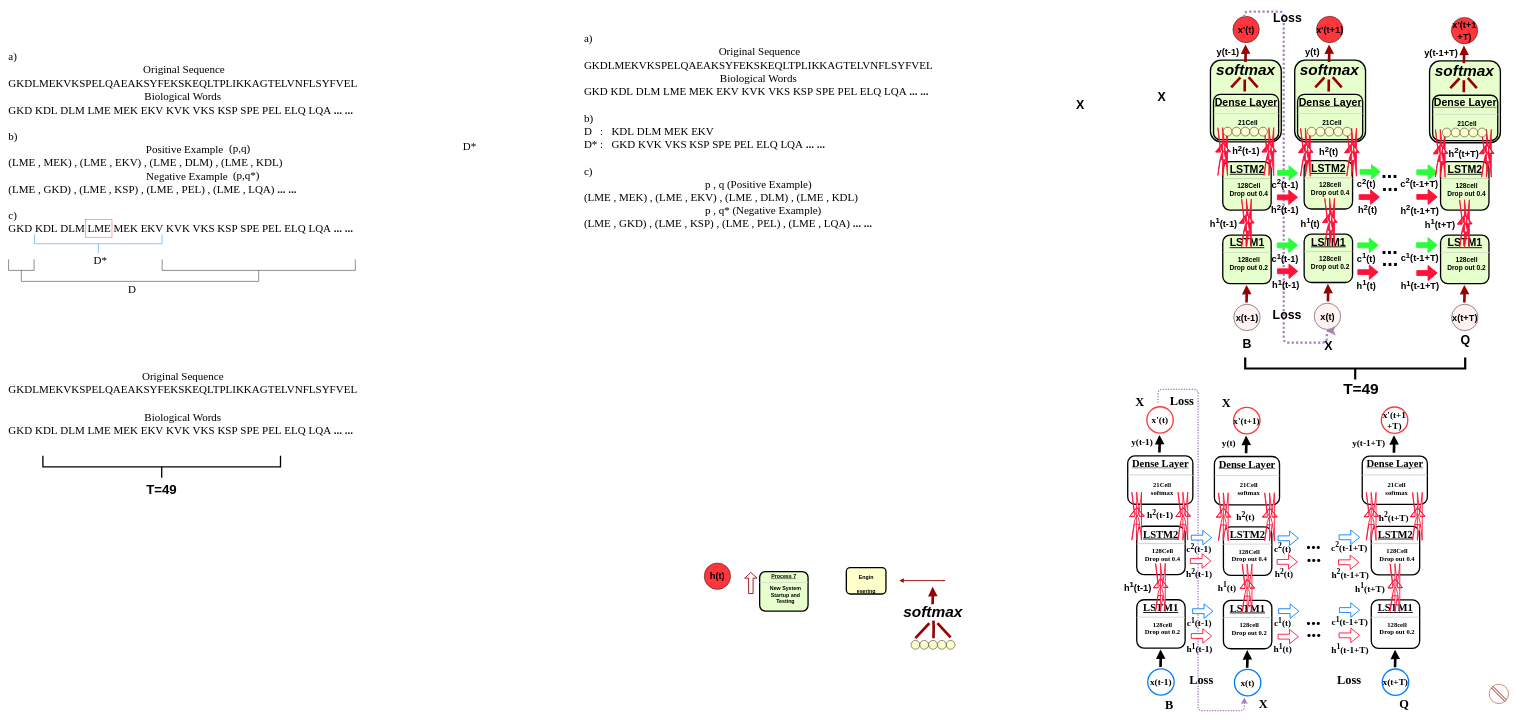
This is page "Page-1" (1 of 2) of Untitled Diagram.drawio from chenjgui/Flow-chat, a draw.io file, before an edit. Source tidied: cells renumbered, new cells numbered last; positions are measured from the earlier drawing's top-left corner, leaving out a move shared by most shapes. Both pictures are drawn from the tidied source at 44%, with x=0, y=0 at pixel (7, 11).
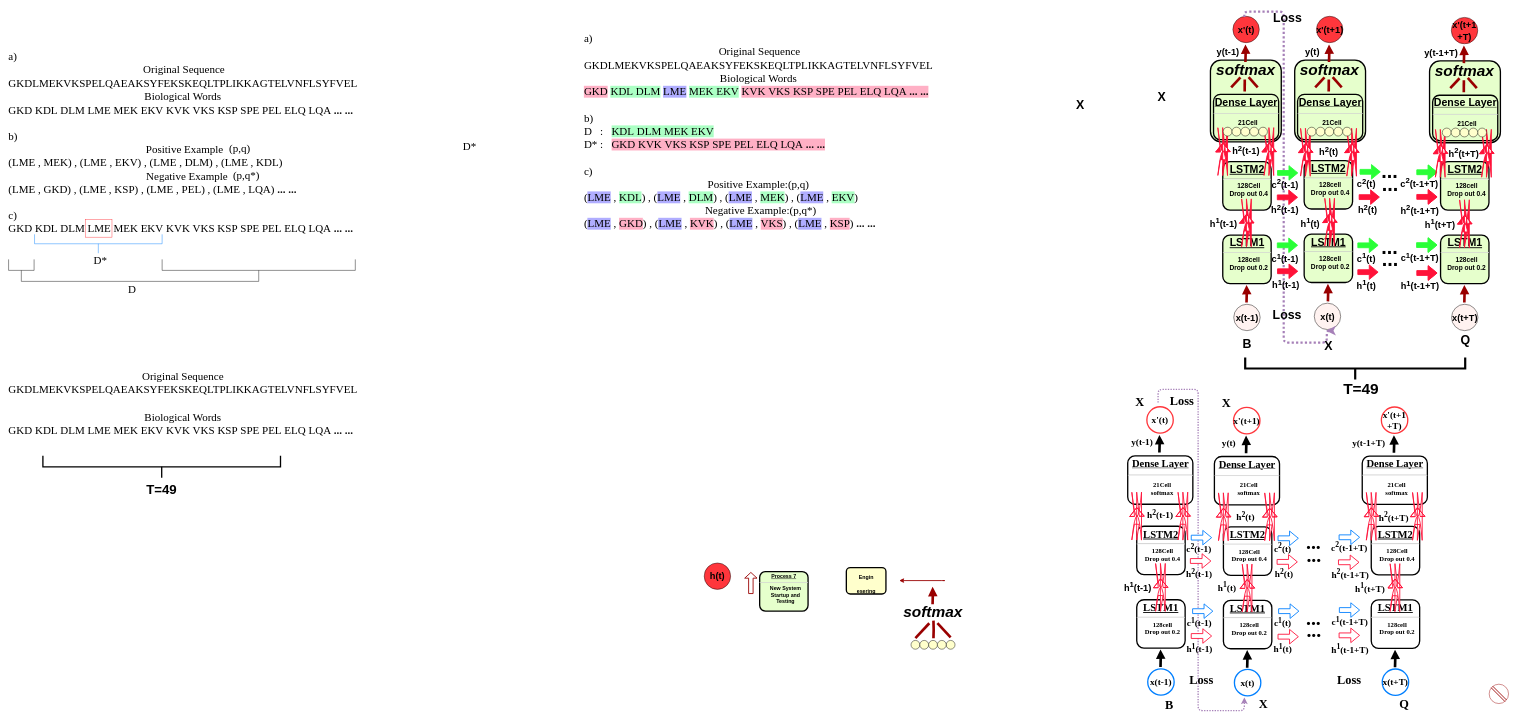
After the change.

Change to the diagram source:
```diff
@@
-    <mxCell id="229" value="&lt;div style=&quot;text-align: left ; font-size: 25px&quot;&gt;&lt;font face=&quot;Times New Roman&quot; style=&quot;font-size: 25px&quot;&gt;a)&lt;/font&gt;&lt;/div&gt;&lt;div style=&quot;text-align: left ; font-size: 25px&quot;&gt;&lt;font face=&quot;Times New Roman&quot; style=&quot;font-size: 25px&quot;&gt;&amp;nbsp; &amp;nbsp; &amp;nbsp; &amp;nbsp; &amp;nbsp; &amp;nbsp; &amp;nbsp; &amp;nbsp; &amp;nbsp; &amp;nbsp; &amp;nbsp; &amp;nbsp; &amp;nbsp; &amp;nbsp; &amp;nbsp; &amp;nbsp; &amp;nbsp; &amp;nbsp; &amp;nbsp; &amp;nbsp; &amp;nbsp; &amp;nbsp; &amp;nbsp; &amp;nbsp; &amp;nbsp;Original Sequence&lt;/font&gt;&lt;/div&gt;&lt;div style=&quot;font-size: 25px&quot;&gt;&lt;font face=&quot;Times New Roman&quot; style=&quot;font-size: 25px&quot;&gt;&lt;span&gt;GKDLMEKVKSPELQAEAKSYFEKSKEQLTPLIKKAGTELVNFLSYFVEL&lt;/span&gt;&lt;/font&gt;&lt;/div&gt;&lt;font face=&quot;Times New Roman&quot; style=&quot;font-size: 25px&quot;&gt;&lt;font style=&quot;font-size: 25px&quot;&gt;&lt;div style=&quot;text-align: center&quot;&gt;&lt;span&gt;&lt;font style=&quot;font-size: 25px&quot;&gt;Biological Words&lt;/font&gt;&lt;/span&gt;&lt;/div&gt;&lt;font style=&quot;font-size: 25px&quot;&gt;&lt;font style=&quot;font-size: 25px&quot;&gt;&lt;span&gt;GKD&amp;nbsp;&lt;/span&gt;&lt;/font&gt;&lt;span&gt;KDL&amp;nbsp;&lt;/span&gt;&lt;span&gt;DLM&amp;nbsp;&lt;/span&gt;&lt;span&gt;LME&amp;nbsp;&lt;/span&gt;&lt;span&gt;MEK&amp;nbsp;&lt;/span&gt;&lt;span&gt;EKV&amp;nbsp;&lt;/span&gt;&lt;font style=&quot;font-size: 25px&quot;&gt;&lt;span&gt;KVK&amp;nbsp;&lt;/span&gt;&lt;/font&gt;&lt;span&gt;VKS&amp;nbsp;&lt;/span&gt;&lt;span&gt;KSP&amp;nbsp;&lt;/span&gt;&lt;font style=&quot;font-size: 25px&quot;&gt;&lt;span&gt;SPE&amp;nbsp;&lt;/span&gt;&lt;/font&gt;&lt;span&gt;PEL&amp;nbsp;&lt;/span&gt;&lt;span&gt;ELQ&amp;nbsp;LQA&amp;nbsp;&lt;/span&gt;&lt;font style=&quot;font-size: 25px&quot;&gt;&lt;b&gt;... ...&lt;/b&gt;&lt;/font&gt;&lt;br&gt;&lt;/font&gt;&lt;div&gt;&lt;div&gt;&lt;br&gt;&lt;/div&gt;&lt;div&gt;b)&lt;/div&gt;&lt;div&gt;&lt;span&gt;D&amp;nbsp; &amp;nbsp;&lt;/span&gt;&lt;span&gt;:&amp;nbsp; &amp;nbsp;KDL&amp;nbsp;DLM MEK&amp;nbsp;EKV&lt;/span&gt;&lt;/div&gt;&lt;div&gt;&lt;span&gt;D&lt;/span&gt;*&amp;nbsp;&lt;span&gt;:&amp;nbsp; &amp;nbsp;&lt;/span&gt;&lt;span&gt;GKD&amp;nbsp;&lt;/span&gt;&lt;span&gt;KVK&amp;nbsp;VKS&amp;nbsp;KSP&amp;nbsp;SPE&amp;nbsp;PEL&amp;nbsp;ELQ&amp;nbsp;LQA&amp;nbsp;&lt;/span&gt;&lt;b&gt;... ...&lt;/b&gt;&lt;br&gt;&lt;/div&gt;&lt;/div&gt;&lt;div&gt;&lt;span&gt;&lt;font style=&quot;font-size: 25px&quot;&gt;&lt;br&gt;&lt;/font&gt;&lt;/span&gt;&lt;/div&gt;&lt;div&gt;&lt;span&gt;&lt;font style=&quot;font-size: 25px&quot;&gt;c)&lt;/font&gt;&lt;/span&gt;&lt;/div&gt;&lt;div style=&quot;text-align: center&quot;&gt;&lt;span&gt;&lt;font style=&quot;font-size: 25px&quot;&gt;p , q (Positive Example)&lt;/font&gt;&lt;/span&gt;&lt;/div&gt;&lt;div&gt;&lt;span&gt;(LME , MEK) , (LME , EKV) , (LME , DLM) , (LME , KDL)&lt;/span&gt;&lt;/div&gt;&lt;div&gt;&lt;span&gt;&lt;font style=&quot;font-size: 25px&quot;&gt;&amp;nbsp; &amp;nbsp; &amp;nbsp; &amp;nbsp; &amp;nbsp; &amp;nbsp; &amp;nbsp; &amp;nbsp; &amp;nbsp; &amp;nbsp; &amp;nbsp; &amp;nbsp; &amp;nbsp; &amp;nbsp; &amp;nbsp; &amp;nbsp; &amp;nbsp; &amp;nbsp; &amp;nbsp; &amp;nbsp; &amp;nbsp; &amp;nbsp; p , q* (Negative Example)&lt;/font&gt;&lt;/span&gt;&lt;/div&gt;&lt;div&gt;&lt;font style=&quot;font-size: 25px&quot;&gt;&lt;font style=&quot;font-size: 25px&quot;&gt;(LME , GKD) , (LME , KSP) , (LME , PEL) , (LME , LQA&lt;/font&gt;) &lt;font style=&quot;font-size: 25px&quot;&gt;&lt;b&gt;... ...&lt;/b&gt;&lt;/font&gt;&lt;/font&gt;&lt;/div&gt;&lt;/font&gt;&lt;/font&gt;" style="text;html=1;strokeColor=none;fillColor=none;align=left;verticalAlign=top;whiteSpace=wrap;rounded=0;" parent="1" vertex="1">
+    <mxCell id="229" value="&lt;div style=&quot;text-align: left ; font-size: 25px&quot;&gt;&lt;font face=&quot;Times New Roman&quot; style=&quot;font-size: 25px&quot;&gt;a)&lt;/font&gt;&lt;/div&gt;&lt;div style=&quot;text-align: left ; font-size: 25px&quot;&gt;&lt;font face=&quot;Times New Roman&quot; style=&quot;font-size: 25px&quot;&gt;&amp;nbsp; &amp;nbsp; &amp;nbsp; &amp;nbsp; &amp;nbsp; &amp;nbsp; &amp;nbsp; &amp;nbsp; &amp;nbsp; &amp;nbsp; &amp;nbsp; &amp;nbsp; &amp;nbsp; &amp;nbsp; &amp;nbsp; &amp;nbsp; &amp;nbsp; &amp;nbsp; &amp;nbsp; &amp;nbsp; &amp;nbsp; &amp;nbsp; &amp;nbsp; &amp;nbsp; &amp;nbsp;Original Sequence&lt;/font&gt;&lt;/div&gt;&lt;div style=&quot;font-size: 25px&quot;&gt;&lt;font face=&quot;Times New Roman&quot; style=&quot;font-size: 25px&quot;&gt;&lt;span&gt;GKDLMEKVKSPELQAEAKSYFEKSKEQLTPLIKKAGTELVNFLSYFVEL&lt;/span&gt;&lt;/font&gt;&lt;/div&gt;&lt;font face=&quot;Times New Roman&quot; style=&quot;font-size: 25px&quot;&gt;&lt;font style=&quot;font-size: 25px&quot;&gt;&lt;div style=&quot;text-align: center&quot;&gt;&lt;span&gt;&lt;font style=&quot;font-size: 25px&quot;&gt;Biological Words&lt;/font&gt;&lt;/span&gt;&lt;/div&gt;&lt;font style=&quot;font-size: 25px&quot;&gt;&lt;font style=&quot;font-size: 25px&quot;&gt;&lt;span style=&quot;background-color: rgb(255 , 176 , 197)&quot;&gt;GKD&lt;/span&gt;&amp;nbsp;&lt;/font&gt;&lt;span style=&quot;background-color: rgb(171 , 255 , 196)&quot;&gt;KDL&amp;nbsp;DLM&lt;/span&gt;&amp;nbsp;&lt;span style=&quot;background-color: rgb(176 , 173 , 255)&quot;&gt;LME&lt;/span&gt;&amp;nbsp;&lt;span style=&quot;background-color: rgb(171 , 255 , 196)&quot;&gt;MEK&amp;nbsp;EKV&lt;/span&gt;&amp;nbsp;&lt;span style=&quot;background-color: rgb(255 , 176 , 197)&quot;&gt;&lt;font style=&quot;font-size: 25px&quot;&gt;&lt;span&gt;KVK&amp;nbsp;&lt;/span&gt;&lt;/font&gt;VKS&amp;nbsp;KSP&amp;nbsp;&lt;font style=&quot;font-size: 25px&quot;&gt;&lt;span&gt;SPE&amp;nbsp;&lt;/span&gt;&lt;/font&gt;PEL&amp;nbsp;ELQ&amp;nbsp;LQA&amp;nbsp;&lt;font style=&quot;font-size: 25px&quot;&gt;&lt;b&gt;... ...&lt;/b&gt;&lt;/font&gt;&lt;/span&gt;&lt;br&gt;&lt;/font&gt;&lt;div&gt;&lt;div&gt;&lt;br&gt;&lt;/div&gt;&lt;div&gt;b)&lt;/div&gt;&lt;div&gt;D&amp;nbsp; &amp;nbsp;:&amp;nbsp; &amp;nbsp;&lt;span style=&quot;background-color: rgb(171 , 255 , 196)&quot;&gt;KDL&amp;nbsp;DLM MEK&amp;nbsp;EKV&lt;/span&gt;&lt;/div&gt;&lt;div&gt;&lt;span&gt;D&lt;/span&gt;*&amp;nbsp;&lt;span&gt;:&amp;nbsp; &amp;nbsp;&lt;/span&gt;&lt;span style=&quot;background-color: rgb(255 , 176 , 197)&quot;&gt;&lt;span&gt;GKD&amp;nbsp;&lt;/span&gt;&lt;span&gt;KVK&amp;nbsp;VKS&amp;nbsp;KSP&amp;nbsp;SPE&amp;nbsp;PEL&amp;nbsp;ELQ&amp;nbsp;LQA&amp;nbsp;&lt;/span&gt;&lt;b&gt;... ...&lt;/b&gt;&lt;/span&gt;&lt;br&gt;&lt;/div&gt;&lt;/div&gt;&lt;div&gt;&lt;span&gt;&lt;font style=&quot;font-size: 25px&quot;&gt;&lt;br&gt;&lt;/font&gt;&lt;/span&gt;&lt;/div&gt;&lt;div&gt;&lt;span&gt;&lt;font style=&quot;font-size: 25px&quot;&gt;c)&lt;/font&gt;&lt;/span&gt;&lt;/div&gt;&lt;div style=&quot;text-align: center&quot;&gt;&lt;span&gt;&lt;font style=&quot;font-size: 25px&quot;&gt;Positive Example:(p,q)&lt;/font&gt;&lt;/span&gt;&lt;/div&gt;&lt;div&gt;(&lt;span style=&quot;background-color: rgb(176 , 173 , 255)&quot;&gt;LME&lt;/span&gt; , &lt;span style=&quot;background-color: rgb(171 , 255 , 196)&quot;&gt;KDL&lt;/span&gt;) , (&lt;span style=&quot;background-color: rgb(176 , 173 , 255)&quot;&gt;LME&lt;/span&gt; , &lt;span style=&quot;background-color: rgb(171 , 255 , 196)&quot;&gt;DLM&lt;/span&gt;) , (&lt;span style=&quot;background-color: rgb(176 , 173 , 255)&quot;&gt;LME&lt;/span&gt; , &lt;span style=&quot;background-color: rgb(171 , 255 , 196)&quot;&gt;MEK&lt;/span&gt;) , (&lt;span style=&quot;background-color: rgb(176 , 173 , 255)&quot;&gt;LME&lt;/span&gt; , &lt;span style=&quot;background-color: rgb(171 , 255 , 196)&quot;&gt;EKV&lt;/span&gt;)&lt;/div&gt;&lt;div&gt;&lt;span&gt;&lt;font style=&quot;font-size: 25px&quot;&gt;&amp;nbsp; &amp;nbsp; &amp;nbsp; &amp;nbsp; &amp;nbsp; &amp;nbsp; &amp;nbsp; &amp;nbsp; &amp;nbsp; &amp;nbsp; &amp;nbsp; &amp;nbsp; &amp;nbsp; &amp;nbsp; &amp;nbsp; &amp;nbsp; &amp;nbsp; &amp;nbsp; &amp;nbsp; &amp;nbsp; &amp;nbsp; &amp;nbsp; Negative Example:(p,q*)&lt;/font&gt;&lt;/span&gt;&lt;/div&gt;&lt;div&gt;&lt;font style=&quot;font-size: 25px&quot;&gt;&lt;font style=&quot;font-size: 25px&quot;&gt;(&lt;span style=&quot;background-color: rgb(176 , 173 , 255)&quot;&gt;LME&lt;/span&gt; , &lt;span style=&quot;background-color: rgb(255 , 176 , 197)&quot;&gt;GKD&lt;/span&gt;) , (&lt;span style=&quot;background-color: rgb(176 , 173 , 255)&quot;&gt;LME&lt;/span&gt; , &lt;span style=&quot;background-color: rgb(255 , 176 , 197)&quot;&gt;KVK&lt;/span&gt;) , (&lt;span style=&quot;background-color: rgb(176 , 173 , 255)&quot;&gt;LME&lt;/span&gt; , &lt;span style=&quot;background-color: rgb(255 , 176 , 197)&quot;&gt;VKS&lt;/span&gt;) , (&lt;span style=&quot;background-color: rgb(176 , 173 , 255)&quot;&gt;LME&lt;/span&gt; , &lt;span style=&quot;background-color: rgb(255 , 176 , 197)&quot;&gt;KSP&lt;/span&gt;&lt;/font&gt;) &lt;font style=&quot;font-size: 25px&quot;&gt;&lt;b&gt;... ...&lt;/b&gt;&lt;/font&gt;&lt;/font&gt;&lt;/div&gt;&lt;/font&gt;&lt;/font&gt;" style="text;html=1;strokeColor=none;fillColor=none;align=left;verticalAlign=top;whiteSpace=wrap;rounded=0;" parent="1" vertex="1">
       <mxGeometry x="1308" y="38" width="802" height="481" as="geometry" />
     </mxCell>
```
